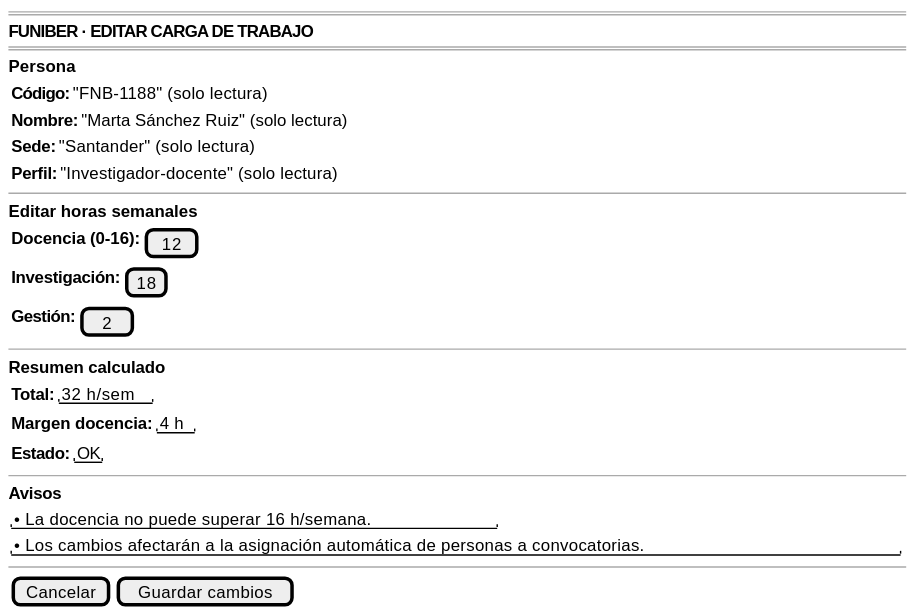
The PlantUML diagram documents/casosDeUso/detalle/coordinador/06-carga-trabajo/editarCargaTrabajo/prototipo/editarCargaTrabajo-wireframe.svg in 31Diego/25-26-IdSw1-SdR, before a commit. The source it was exported from:
```plantuml
@startsalt editarCargaTrabajo-wireframe
{
    ====
    <b>FUNIBER · EDITAR CARGA DE TRABAJO</b>
    ====

    <b>Persona</b>
    {
        { <b>Código:</b> | "FNB-1188" (solo lectura) }
        { <b>Nombre:</b> | "Marta Sánchez Ruiz" (solo lectura) }
        { <b>Sede:</b> | "Santander" (solo lectura) }
        { <b>Perfil:</b> | "Investigador-docente" (solo lectura) }
    }

    --

    <b>Editar horas semanales</b>
    {
        { <b>Docencia (0-16):</b> | [ 12 ] }
        { <b>Investigación:</b> | [18 ] }
        { <b>Gestión:</b> | [ 2  ] }
    }

    --

    <b>Resumen calculado</b>
    {
        { <b>Total:</b> | "32 h/sem" }
        { <b>Margen docencia:</b> | "4 h" }
        { <b>Estado:</b> | "OK" }
    }

    --

    <b>Avisos</b>
    {
        "• La docencia no puede superar 16 h/semana."
        "• Los cambios afectarán a la asignación automática de personas a convocatorias."
    }

    --

    { [Cancelar] | [Guardar cambios] }
}
@endsalt
```
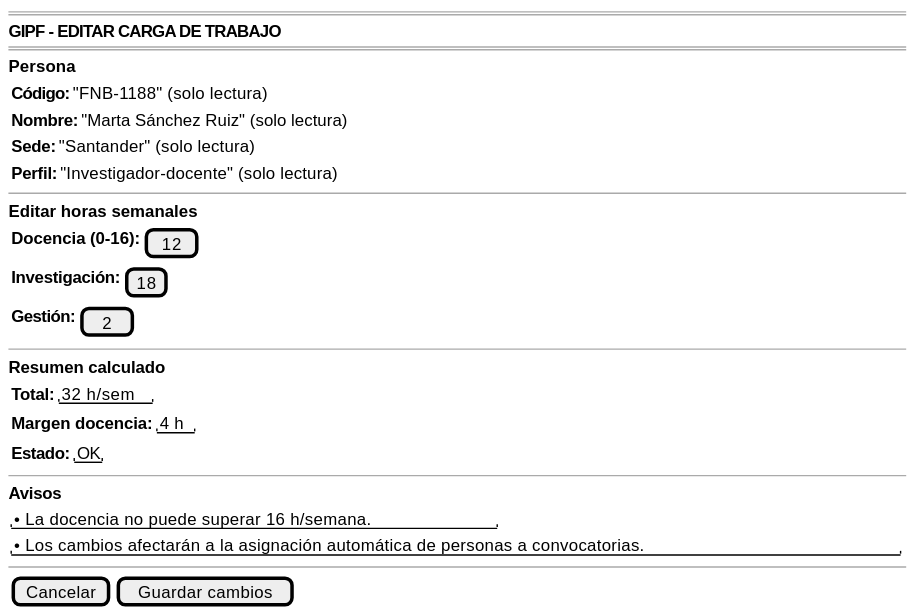
After the commit.

The edit, as a diff of the source:
```diff
@@ -1,7 +1,7 @@
 @startsalt editarCargaTrabajo-wireframe
 {
     ====
-    <b>FUNIBER · EDITAR CARGA DE TRABAJO</b>
+    <b>GIPF - EDITAR CARGA DE TRABAJO</b>
     ====
 
     <b>Persona</b>
```
